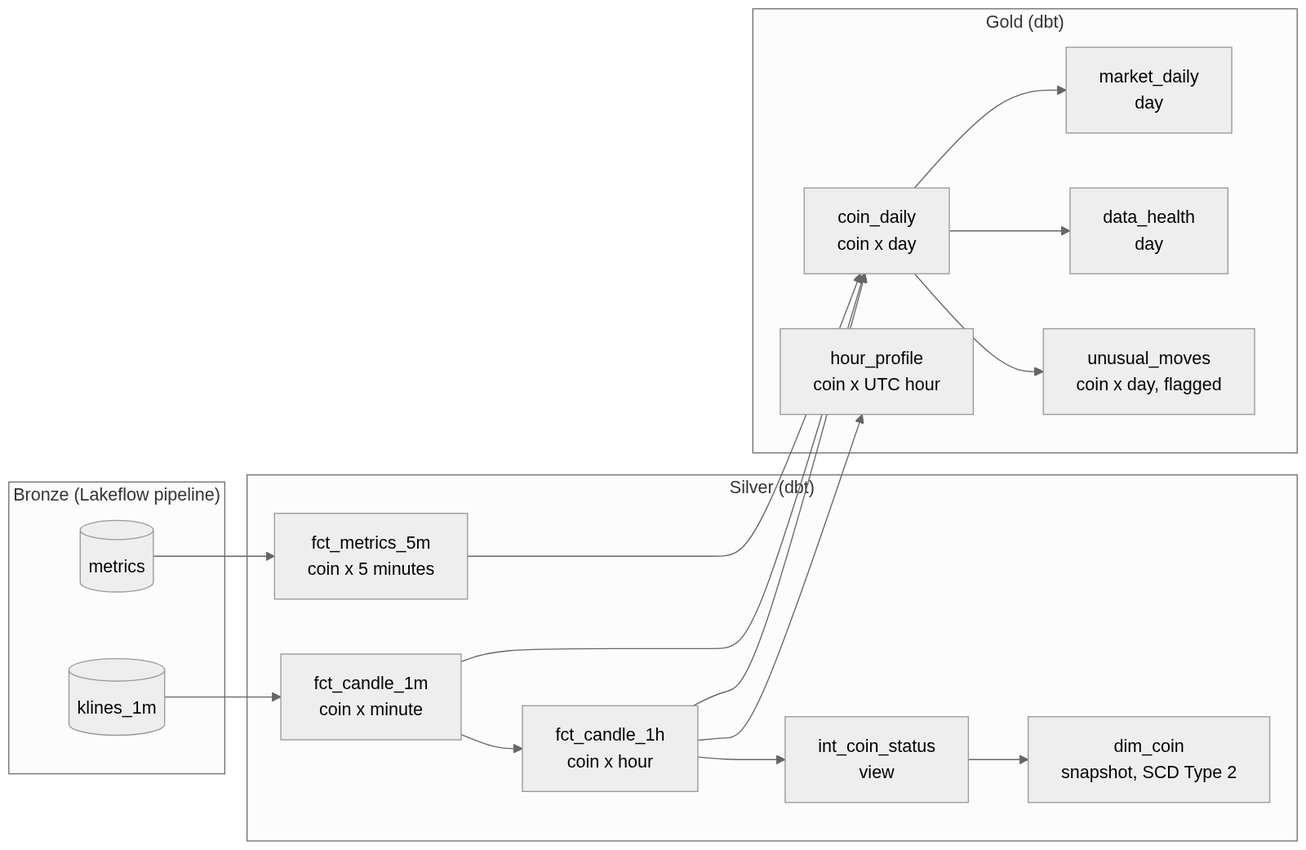
Earlier version of the Mermaid export docs/images/diagrams/dbt-lineage.png (shivam65-sketch/medusa). Its source is kept beside it as docs/diagrams/dbt-lineage.mmd. Source of this version:
```mermaid
%%{init: {"theme": "neutral"}}%%
flowchart LR
  subgraph BRZ["Bronze (Lakeflow pipeline)"]
    bk[("klines_1m")]
    bm[("metrics")]
  end
  subgraph SLV["Silver (dbt)"]
    c1["fct_candle_1m<br>coin x minute"]
    m5["fct_metrics_5m<br>coin x 5 minutes"]
    c1h["fct_candle_1h<br>coin x hour"]
    ics["int_coin_status<br>view"]
    dc["dim_coin<br>snapshot, SCD Type 2"]
  end
  subgraph GLD["Gold (dbt)"]
    cd["coin_daily<br>coin x day"]
    md["market_daily<br>day"]
    dh["data_health<br>day"]
    um["unusual_moves<br>coin x day, flagged"]
    hp["hour_profile<br>coin x UTC hour"]
  end
  bk --> c1
  bm --> m5
  c1 --> c1h
  c1h --> ics --> dc
  c1h --> cd
  c1 --> cd
  m5 --> cd
  cd --> md
  cd --> dh
  cd --> um
  c1h --> hp
```
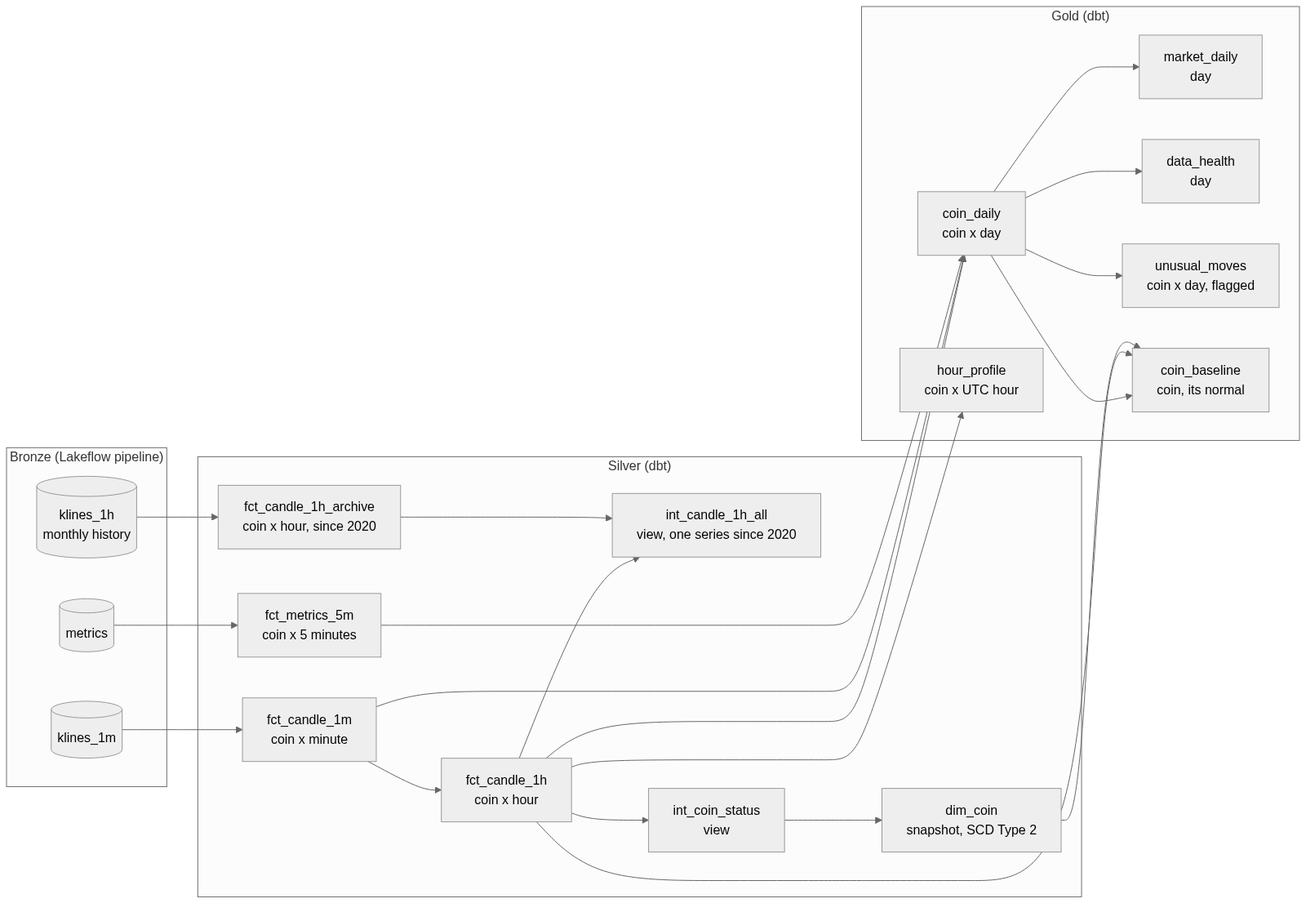
Later version of the same file.

Commit message:
Docs: steps 20-21 (hourly history, reconciliation), ADR-019/020, updated diagrams

Change to the diagram source:
```diff
@@ -3,11 +3,14 @@
   subgraph BRZ["Bronze (Lakeflow pipeline)"]
     bk[("klines_1m")]
     bm[("metrics")]
+    bh[("klines_1h<br>monthly history")]
   end
   subgraph SLV["Silver (dbt)"]
     c1["fct_candle_1m<br>coin x minute"]
     m5["fct_metrics_5m<br>coin x 5 minutes"]
     c1h["fct_candle_1h<br>coin x hour"]
+    arc["fct_candle_1h_archive<br>coin x hour, since 2020"]
+    all["int_candle_1h_all<br>view, one series since 2020"]
     ics["int_coin_status<br>view"]
     dc["dim_coin<br>snapshot, SCD Type 2"]
   end
@@ -17,11 +20,15 @@
     dh["data_health<br>day"]
     um["unusual_moves<br>coin x day, flagged"]
     hp["hour_profile<br>coin x UTC hour"]
+    cb["coin_baseline<br>coin, its normal"]
   end
   bk --> c1
   bm --> m5
+  bh --> arc
   c1 --> c1h
   c1h --> ics --> dc
+  c1h --> all
+  arc --> all
   c1h --> cd
   c1 --> cd
   m5 --> cd
@@ -29,3 +36,6 @@
   cd --> dh
   cd --> um
   c1h --> hp
+  cd --> cb
+  c1h --> cb
+  dc --> cb
```
